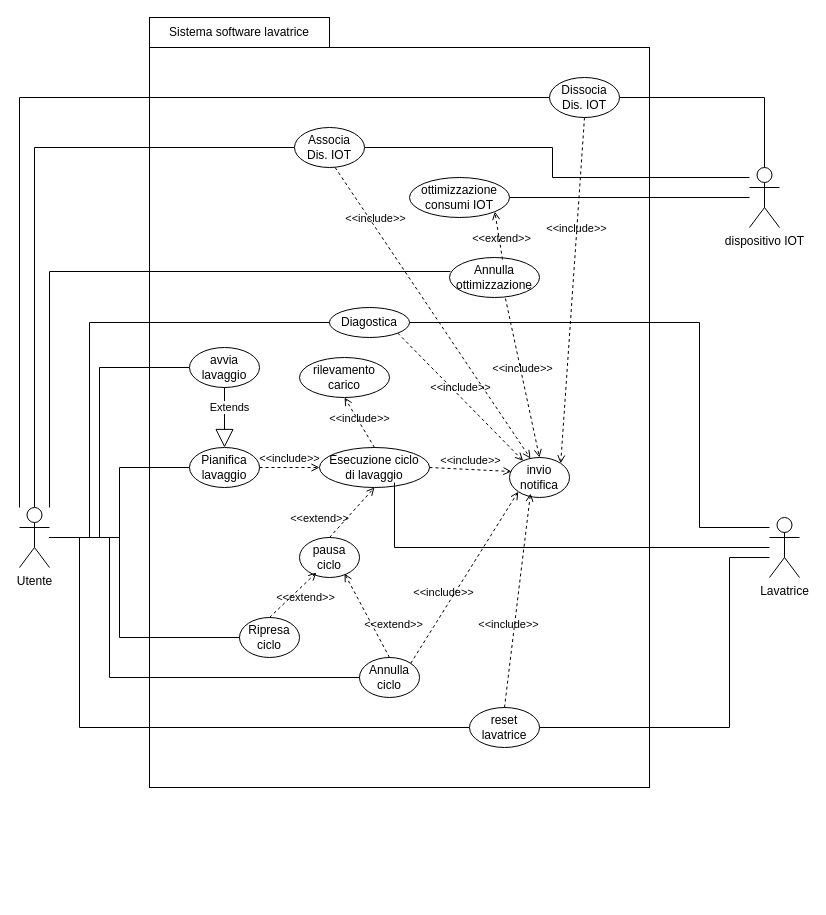
uni-aca100/ing-proj keeps this draw.io diagram as content/use.drawio. Above is the earlier version. Source tidied: cells renumbered, new cells numbered last; positions are measured from the earlier drawing's top-left corner, leaving out a move shared by most shapes. Both pictures are drawn from the tidied source at 100%, with x=0, y=0 at pixel (19, 17).
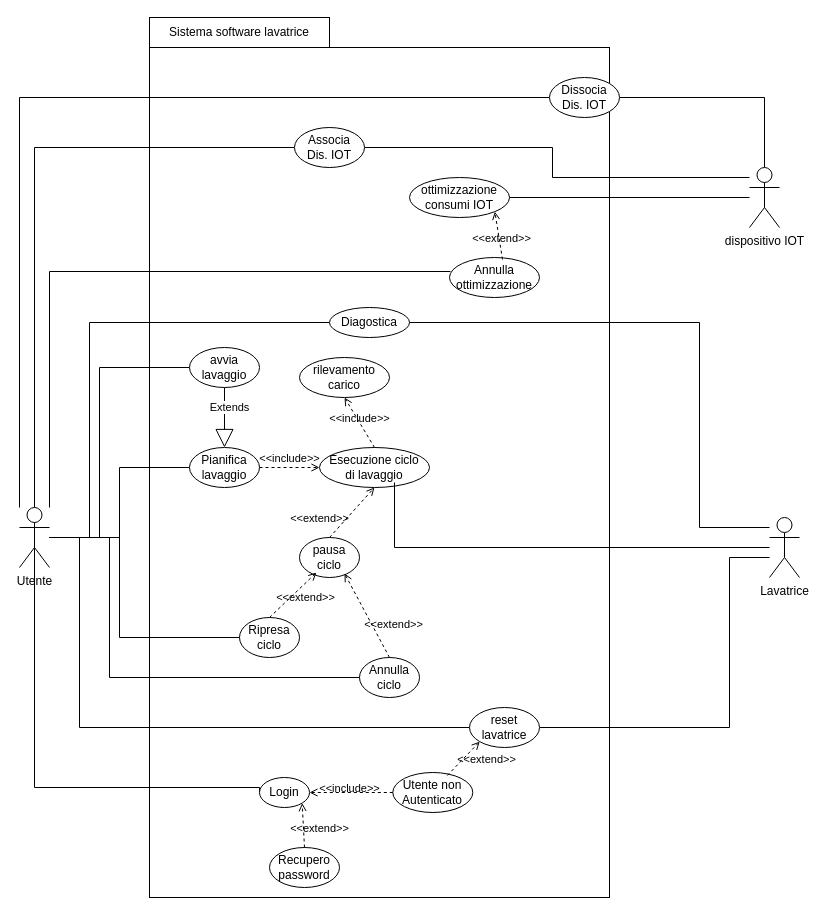
The same diagram, later.

Commit message (it also covers changes not shown here):
add login use case

The change refers to these unchanged cells:
```xml
<mxCell id="4" value="&lt;div&gt;Esecuzione ciclo&lt;/div&gt;&lt;div&gt;di lavaggio&lt;/div&gt;" style="ellipse;whiteSpace=wrap;html=1;" parent="1" vertex="1">
  <mxGeometry x="300" y="430" width="110" height="40" as="geometry" />
</mxCell>
<mxCell id="9" value="&lt;div&gt;Annulla&lt;/div&gt;&lt;div&gt;ciclo&lt;/div&gt;" style="ellipse;whiteSpace=wrap;html=1;" parent="1" vertex="1">
  <mxGeometry x="340" y="640" width="60" height="40" as="geometry" />
</mxCell>
<mxCell id="27" value="Diagostica" style="ellipse;whiteSpace=wrap;html=1;" parent="1" vertex="1">
  <mxGeometry x="310" y="290" width="80" height="30" as="geometry" />
</mxCell>
<mxCell id="34" value="&lt;div&gt;reset&lt;/div&gt;&lt;div&gt;lavatrice&lt;/div&gt;" style="ellipse;whiteSpace=wrap;html=1;" parent="1" vertex="1">
  <mxGeometry x="450" y="690" width="70" height="40" as="geometry" />
</mxCell>
<mxCell id="37" value="&lt;div&gt;Annulla&lt;/div&gt;ottimizzazione" style="ellipse;whiteSpace=wrap;html=1;" parent="1" vertex="1">
  <mxGeometry x="430" y="240" width="90" height="40" as="geometry" />
</mxCell>
<mxCell id="46" value="&lt;div&gt;Associa&lt;/div&gt;&lt;div&gt;Dis. IOT&lt;/div&gt;" style="ellipse;whiteSpace=wrap;html=1;" parent="1" vertex="1">
  <mxGeometry x="275" y="110" width="70" height="40" as="geometry" />
</mxCell>
<mxCell id="48" value="&lt;div&gt;Dissocia&lt;/div&gt;&lt;div&gt;Dis. IOT&lt;/div&gt;" style="ellipse;whiteSpace=wrap;html=1;" parent="1" vertex="1">
  <mxGeometry x="530" y="60" width="70" height="40" as="geometry" />
</mxCell>
```

Change to the diagram source:
```diff
@@
-    <mxCell id="2" style="rounded=0;whiteSpace=wrap;html=1;" parent="1" vertex="1">
-      <mxGeometry x="130" y="30" width="500" height="740" as="geometry" />
-    </mxCell>
+    <mxCell id="50" style="rounded=0;whiteSpace=wrap;html=1;" parent="1" vertex="1">
+      <mxGeometry x="130" y="30" width="460" height="850" as="geometry" />
+    </mxCell>
@@
+    <mxCell id="51" style="edgeStyle=orthogonalEdgeStyle;rounded=0;jettySize=auto;html=1;entryX=0;entryY=0.5;entryDx=0;entryDy=0;endArrow=none;endFill=0;" parent="1" edge="1" target="52">
+      <mxGeometry relative="1" as="geometry">
+        <mxPoint x="15" y="530" as="sourcePoint" />
+        <Array as="points">
+          <mxPoint x="15" y="770" />
+        </Array>
+      </mxGeometry>
+    </mxCell>
@@
-    <mxCell id="20" value="invio notifica" style="ellipse;whiteSpace=wrap;html=1;" parent="1" vertex="1">
-      <mxGeometry x="490" y="440" width="60" height="40" as="geometry" />
-    </mxCell>
-    <mxCell id="21" value="&amp;lt;&amp;lt;include&amp;gt;&amp;gt;" style="html=1;verticalAlign=bottom;labelBackgroundColor=none;endArrow=open;endFill=0;dashed=1;rounded=0;exitX=1;exitY=0.5;exitDx=0;exitDy=0;entryX=0.033;entryY=0.35;entryDx=0;entryDy=0;entryPerimeter=0;" parent="1" edge="1" source="4" target="20">
-      <mxGeometry relative="1" as="geometry" />
-    </mxCell>
-    <mxCell id="22" value="&amp;lt;&amp;lt;include&amp;gt;&amp;gt;" style="html=1;verticalAlign=bottom;labelBackgroundColor=none;endArrow=open;endFill=0;dashed=1;rounded=0;exitX=1;exitY=0;exitDx=0;exitDy=0;entryX=0;entryY=1;entryDx=0;entryDy=0;" parent="1" edge="1" source="9" target="20">
-      <mxGeometry x="-0.31" y="5" relative="1" as="geometry" />
-    </mxCell>
@@
-    <mxCell id="28" value="&amp;lt;&amp;lt;include&amp;gt;&amp;gt;" style="html=1;verticalAlign=bottom;labelBackgroundColor=none;endArrow=open;endFill=0;dashed=1;rounded=0;exitX=1;exitY=1;exitDx=0;exitDy=0;" parent="1" edge="1" source="27" target="20">
-      <mxGeometry relative="1" as="geometry" />
-    </mxCell>
@@
-    <mxCell id="35" value="&amp;lt;&amp;lt;include&amp;gt;&amp;gt;" style="html=1;verticalAlign=bottom;labelBackgroundColor=none;endArrow=open;endFill=0;dashed=1;rounded=0;exitX=0.5;exitY=0;exitDx=0;exitDy=0;entryX=0.35;entryY=0.9;entryDx=0;entryDy=0;entryPerimeter=0;" parent="1" edge="1" source="34" target="20">
-      <mxGeometry x="-0.31" y="5" relative="1" as="geometry" />
-    </mxCell>
@@
-    <mxCell id="43" value="&amp;lt;&amp;lt;include&amp;gt;&amp;gt;" style="html=1;verticalAlign=bottom;labelBackgroundColor=none;endArrow=open;endFill=0;dashed=1;rounded=0;exitX=0.622;exitY=1.025;exitDx=0;exitDy=0;entryX=0.5;entryY=0;entryDx=0;entryDy=0;exitPerimeter=0;" parent="1" edge="1" source="37" target="20">
-      <mxGeometry relative="1" as="geometry" />
-    </mxCell>
@@
-    <mxCell id="47" value="&amp;lt;&amp;lt;include&amp;gt;&amp;gt;" style="html=1;verticalAlign=bottom;labelBackgroundColor=none;endArrow=open;endFill=0;dashed=1;rounded=0;exitX=0.58;exitY=1;exitDx=0;exitDy=0;entryX=0.35;entryY=0.025;entryDx=0;entryDy=0;exitPerimeter=0;entryPerimeter=0;" parent="1" edge="1" source="46" target="20">
-      <mxGeometry x="-0.59" relative="1" as="geometry" />
-    </mxCell>
@@
-    <mxCell id="49" value="&amp;lt;&amp;lt;include&amp;gt;&amp;gt;" style="html=1;verticalAlign=bottom;labelBackgroundColor=none;endArrow=open;endFill=0;dashed=1;rounded=0;exitX=0.5;exitY=1;exitDx=0;exitDy=0;entryX=1;entryY=0;entryDx=0;entryDy=0;" parent="1" edge="1" source="48" target="20">
-      <mxGeometry x="-0.31" relative="1" as="geometry" />
-    </mxCell>
+    <mxCell id="52" value="Login" style="ellipse;whiteSpace=wrap;html=1;" parent="1" vertex="1">
+      <mxGeometry x="240" y="760" width="50" height="30" as="geometry" />
+    </mxCell>
+    <mxCell id="53" value="Recupero password" style="ellipse;whiteSpace=wrap;html=1;" parent="1" vertex="1">
+      <mxGeometry x="250" y="830" width="70" height="40" as="geometry" />
+    </mxCell>
+    <mxCell id="54" value="&amp;lt;&amp;lt;extend&amp;gt;&amp;gt;" style="html=1;verticalAlign=bottom;labelBackgroundColor=none;endArrow=open;endFill=0;dashed=1;rounded=0;exitX=0.5;exitY=0;exitDx=0;exitDy=0;entryX=1;entryY=1;entryDx=0;entryDy=0;" parent="1" edge="1" source="53" target="52">
+      <mxGeometry x="-0.6" y="-15" relative="1" as="geometry" />
+    </mxCell>
+    <mxCell id="55" value="&lt;div&gt;Utente non&lt;/div&gt;&lt;div&gt;Autenticato&lt;/div&gt;" style="ellipse;whiteSpace=wrap;html=1;" parent="1" vertex="1">
+      <mxGeometry x="373.3" y="755" width="80" height="40" as="geometry" />
+    </mxCell>
+    <mxCell id="56" value="&amp;lt;&amp;lt;extend&amp;gt;&amp;gt;" style="html=1;verticalAlign=bottom;labelBackgroundColor=none;endArrow=open;endFill=0;dashed=1;rounded=0;exitX=0.681;exitY=0.075;exitDx=0;exitDy=0;entryX=0;entryY=1;entryDx=0;entryDy=0;exitPerimeter=0;" parent="1" edge="1" source="55" target="34">
+      <mxGeometry x="0.37" y="-23" relative="1" as="geometry" />
+    </mxCell>
+    <mxCell id="57" value="&amp;lt;&amp;lt;include&amp;gt;&amp;gt;" style="html=1;verticalAlign=bottom;labelBackgroundColor=none;endArrow=open;endFill=0;dashed=1;rounded=0;exitX=0;exitY=0.5;exitDx=0;exitDy=0;entryX=1;entryY=0.5;entryDx=0;entryDy=0;" parent="1" edge="1" source="55" target="52">
+      <mxGeometry x="0.04" y="5" relative="1" as="geometry" />
+    </mxCell>
```
